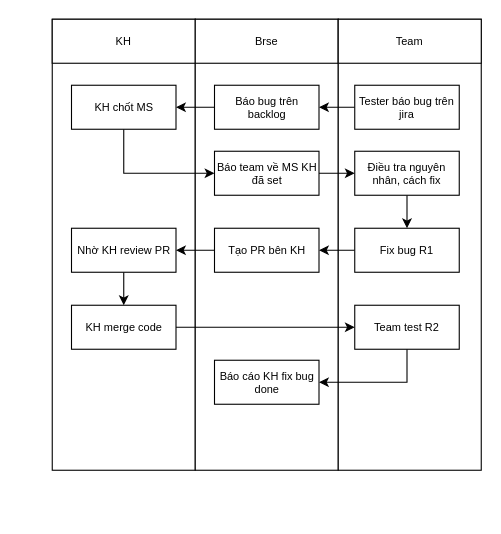
namnguyen5902/UML_drawer keeps this draw.io diagram as UML_drawer/flow.drawio. Above is the earlier version. Source tidied: cells renumbered, new cells numbered last; positions are measured from the earlier drawing's top-left corner, leaving out a move shared by most shapes. Both pictures are drawn from the tidied source at 110%, with x=0, y=0 at pixel (52, 19).
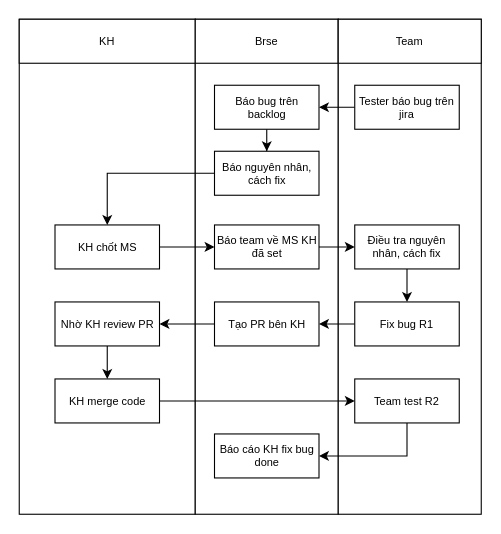
The same diagram, later.

The change refers to these unchanged cells:
```xml
<mxCell id="9" value="Báo bug trên backlog" style="rounded=0;whiteSpace=wrap;html=1;fontSize=10;" parent="1" vertex="1">
  <mxGeometry x="147.5" y="60" width="95" height="40" as="geometry" />
</mxCell>
```

Diff of the diagram source:
```diff
@@
     <mxCell id="2" style="rounded=0;whiteSpace=wrap;html=1;fontSize=10;" parent="1" vertex="1">
-      <mxGeometry width="130" height="410" as="geometry" />
+      <mxGeometry x="-30" width="160" height="450" as="geometry" />
     </mxCell>
     <mxCell id="3" style="rounded=0;whiteSpace=wrap;html=1;fontSize=10;" parent="1" vertex="1">
-      <mxGeometry x="130" width="130" height="410" as="geometry" />
+      <mxGeometry x="130" width="130" height="450" as="geometry" />
     </mxCell>
     <mxCell id="4" value="KH" style="rounded=0;whiteSpace=wrap;html=1;fontSize=10;" parent="1" vertex="1">
-      <mxGeometry width="130" height="40" as="geometry" />
+      <mxGeometry x="-30" width="160" height="40" as="geometry" />
     </mxCell>
@@
     <mxCell id="6" style="rounded=0;whiteSpace=wrap;html=1;fontSize=10;" parent="1" vertex="1">
-      <mxGeometry x="260" width="130" height="410" as="geometry" />
+      <mxGeometry x="260" width="130" height="450" as="geometry" />
     </mxCell>
@@
-    <mxCell id="8" style="edgeStyle=orthogonalEdgeStyle;rounded=0;jettySize=auto;html=1;" parent="1" edge="1" source="9" target="13">
+    <mxCell id="8" style="edgeStyle=orthogonalEdgeStyle;rounded=0;jettySize=auto;html=1;entryX=0.5;entryY=0;entryDx=0;entryDy=0;" parent="1" edge="1" source="9" target="30">
       <mxGeometry relative="1" as="geometry" />
     </mxCell>
@@
-    <mxCell id="12" style="edgeStyle=orthogonalEdgeStyle;rounded=0;jettySize=auto;html=1;exitX=0.5;exitY=1;exitDx=0;exitDy=0;entryX=0;entryY=0.5;entryDx=0;entryDy=0;" parent="1" edge="1" source="13" target="15">
+    <mxCell id="12" style="edgeStyle=orthogonalEdgeStyle;rounded=0;jettySize=auto;html=1;exitX=1;exitY=0.5;exitDx=0;exitDy=0;entryX=0;entryY=0.5;entryDx=0;entryDy=0;" parent="1" edge="1" source="13" target="15">
       <mxGeometry relative="1" as="geometry" />
     </mxCell>
     <mxCell id="13" value="KH chốt MS" style="rounded=0;whiteSpace=wrap;html=1;fontSize=10;" parent="1" vertex="1">
-      <mxGeometry x="17.5" y="60" width="95" height="40" as="geometry" />
+      <mxGeometry x="2.5" y="187" width="95" height="40" as="geometry" />
     </mxCell>
@@
     <mxCell id="15" value="Báo team về MS KH đã set" style="rounded=0;whiteSpace=wrap;html=1;fontSize=10;" parent="1" vertex="1">
-      <mxGeometry x="147.5" y="120" width="95" height="40" as="geometry" />
+      <mxGeometry x="147.5" y="187" width="95" height="40" as="geometry" />
     </mxCell>
@@
     <mxCell id="17" value="Điều tra nguyên nhân, cách fix" style="rounded=0;whiteSpace=wrap;html=1;fontSize=10;" parent="1" vertex="1">
-      <mxGeometry x="275" y="120" width="95" height="40" as="geometry" />
+      <mxGeometry x="275" y="187" width="95" height="40" as="geometry" />
     </mxCell>
@@
     <mxCell id="19" value="Fix bug R1" style="rounded=0;whiteSpace=wrap;html=1;fontSize=10;" parent="1" vertex="1">
-      <mxGeometry x="275" y="190" width="95" height="40" as="geometry" />
+      <mxGeometry x="275" y="257" width="95" height="40" as="geometry" />
     </mxCell>
@@
     <mxCell id="21" value="Tạo PR bên KH" style="rounded=0;whiteSpace=wrap;html=1;fontSize=10;" parent="1" vertex="1">
-      <mxGeometry x="147.5" y="190" width="95" height="40" as="geometry" />
+      <mxGeometry x="147.5" y="257" width="95" height="40" as="geometry" />
     </mxCell>
@@
     <mxCell id="23" value="Nhờ KH review PR" style="rounded=0;whiteSpace=wrap;html=1;fontSize=10;" parent="1" vertex="1">
-      <mxGeometry x="17.5" y="190" width="95" height="40" as="geometry" />
+      <mxGeometry x="2.5" y="257" width="95" height="40" as="geometry" />
     </mxCell>
@@
     <mxCell id="25" value="KH merge code" style="rounded=0;whiteSpace=wrap;html=1;fontSize=10;" parent="1" vertex="1">
-      <mxGeometry x="17.5" y="260" width="95" height="40" as="geometry" />
+      <mxGeometry x="2.5" y="327" width="95" height="40" as="geometry" />
     </mxCell>
@@
     <mxCell id="27" value="Team test R2" style="rounded=0;whiteSpace=wrap;html=1;fontSize=10;" parent="1" vertex="1">
-      <mxGeometry x="275" y="260" width="95" height="40" as="geometry" />
+      <mxGeometry x="275" y="327" width="95" height="40" as="geometry" />
     </mxCell>
     <mxCell id="28" value="Báo cáo KH fix bug done" style="rounded=0;whiteSpace=wrap;html=1;fontSize=10;" parent="1" vertex="1">
-      <mxGeometry x="147.5" y="310" width="95" height="40" as="geometry" />
+      <mxGeometry x="147.5" y="377" width="95" height="40" as="geometry" />
     </mxCell>
+    <mxCell id="29" style="edgeStyle=orthogonalEdgeStyle;rounded=0;jettySize=auto;html=1;entryX=0.5;entryY=0;entryDx=0;entryDy=0;" parent="1" edge="1" source="30" target="13">
+      <mxGeometry relative="1" as="geometry" />
+    </mxCell>
+    <mxCell id="30" value="Báo nguyên nhân,&lt;div&gt;cách fix&lt;/div&gt;" style="rounded=0;whiteSpace=wrap;html=1;fontSize=10;" parent="1" vertex="1">
+      <mxGeometry x="147.5" y="120" width="95" height="40" as="geometry" />
+    </mxCell>
```
